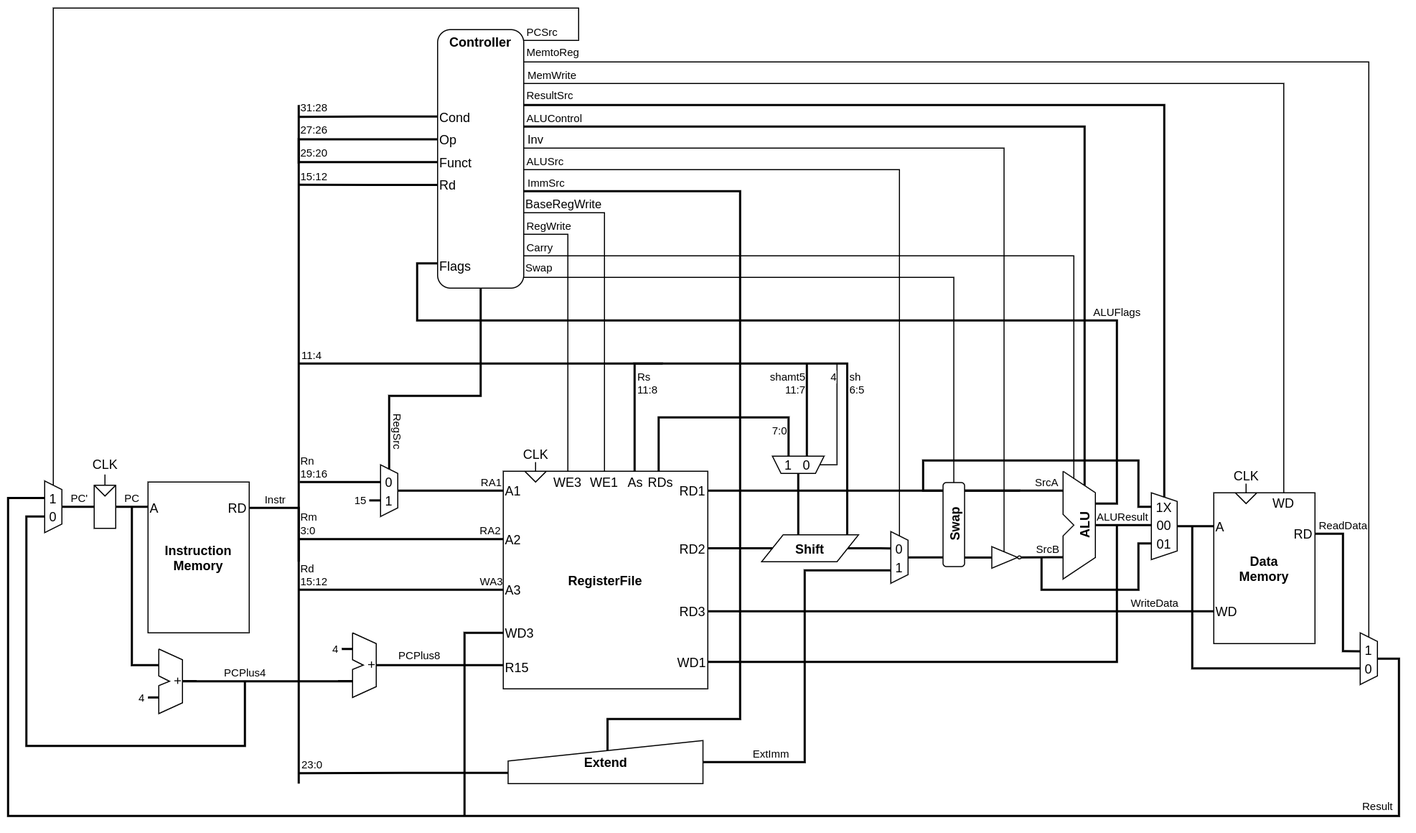
takah29/arm-cpu keeps this draw.io diagram as asset/arm_cpu_diagram.drawio.png. Above is the earlier version. Source tidied: cells renumbered, new cells last; positions are measured from the earlier drawing's top-left corner, leaving out a move shared by most shapes.
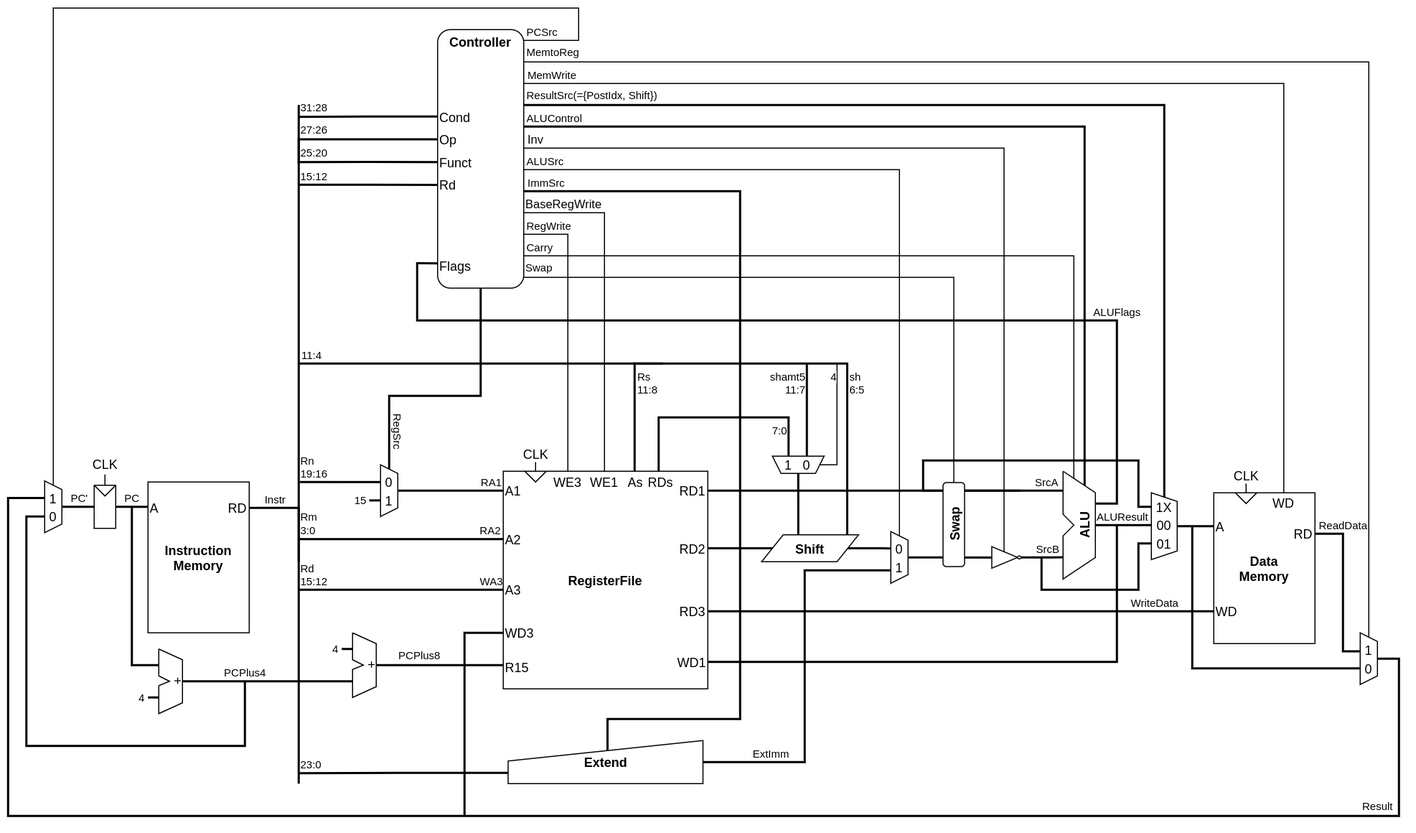
Later version of the same file.

Change to the diagram source:
```diff
@@ -401,7 +401,7 @@
         </Array>
       </mxGeometry>
     </mxCell>
-    <mxCell id="83" value="&lt;font style=&quot;font-size: 10px&quot;&gt;ResultSrc&lt;br&gt;&lt;/font&gt;" style="edgeLabel;html=1;align=left;verticalAlign=bottom;fontSize=10;" parent="82" vertex="1">
+    <mxCell id="83" value="&lt;font style=&quot;font-size: 10px&quot;&gt;ResultSrc(={PostIdx, Shift})&lt;br&gt;&lt;/font&gt;" style="edgeLabel;html=1;align=left;verticalAlign=bottom;fontSize=10;" parent="82" vertex="1">
       <mxGeometry x="0.96" relative="1" as="geometry">
         <mxPoint x="-17.1" y="-0.9" as="offset" />
       </mxGeometry>
```
